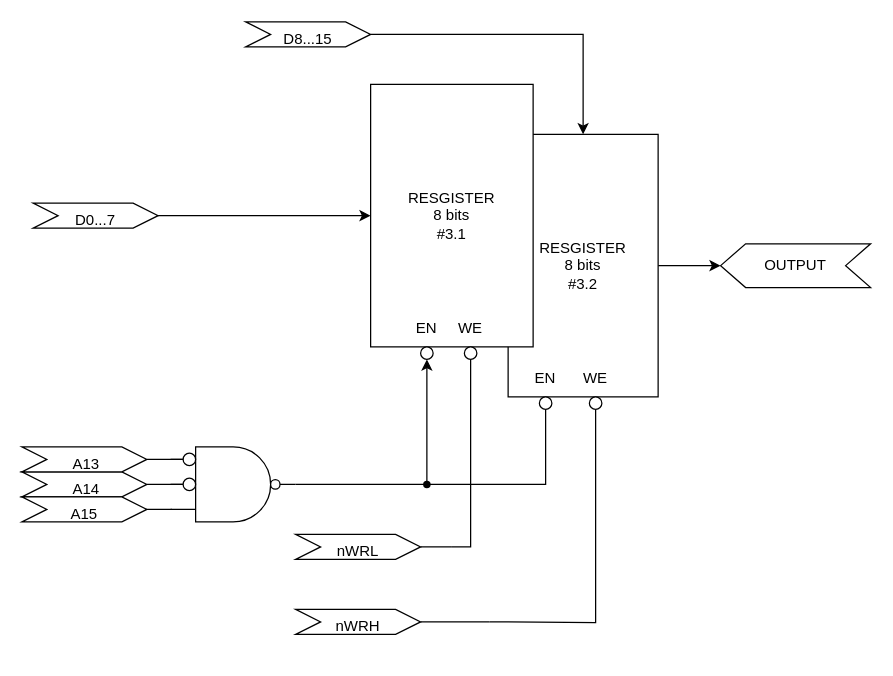
Earlier version of the draw.io diagram Trabalho3/RespostaQuestao4.drawio (pedroleirinha/H2P_AC). Source tidied: cells renumbered, new cells numbered last; positions are measured from the earlier drawing's top-left corner, leaving out a move shared by most shapes. Both pictures are drawn from the tidied source at 125%, with x=0, y=0 at pixel (21, 21).
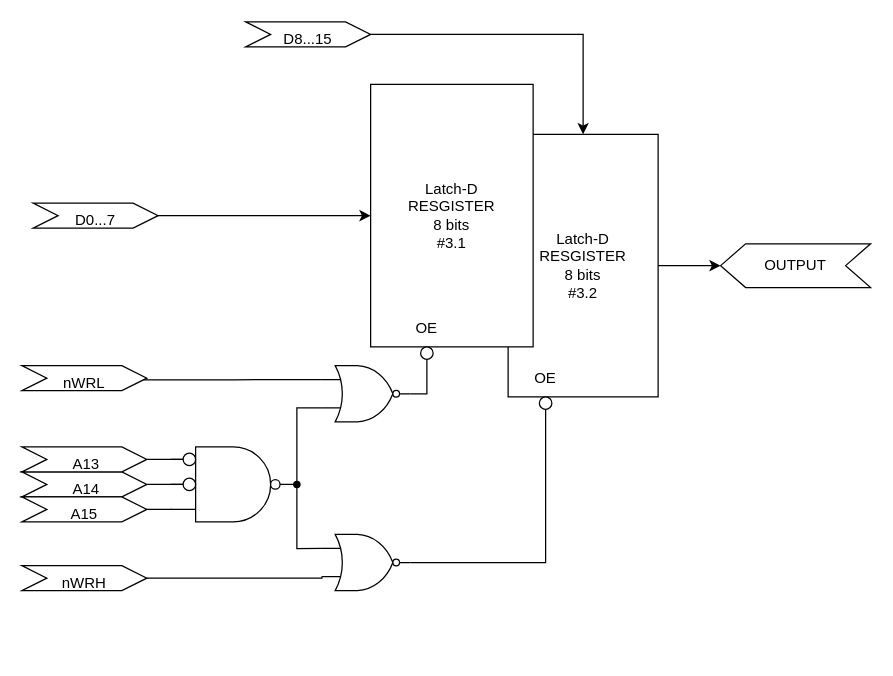
After the change.

Unchanged cells that the change refers to:
```xml
<mxCell id="10" style="ellipse;whiteSpace=wrap;html=1;shadow=0;dashed=0;strokeColor=default;align=center;verticalAlign=top;fontFamily=Helvetica;fontSize=12;fontColor=default;fillColor=default;" parent="1" vertex="1">
  <mxGeometry x="319" y="260" width="10" height="10" as="geometry" />
</mxCell>
<mxCell id="11" style="ellipse;whiteSpace=wrap;html=1;shadow=0;dashed=0;strokeColor=default;align=center;verticalAlign=top;fontFamily=Helvetica;fontSize=12;fontColor=default;fillColor=default;" parent="1" vertex="1">
  <mxGeometry x="414" y="300" width="10" height="10" as="geometry" />
</mxCell>
<mxCell id="20" style="verticalLabelPosition=bottom;shadow=0;dashed=0;align=center;html=1;verticalAlign=top;shape=mxgraph.electrical.logic_gates.logic_gate;operation=and;negating=1;negSize=0.15;numInputs=3;" parent="1" vertex="1">
  <mxGeometry x="119" y="340" width="100" height="60" as="geometry" />
</mxCell>
```

Diff of the diagram source:
```diff
@@
-    <mxCell id="4" value="RESGISTER&lt;br&gt;&lt;span style=&quot;background-color: transparent; color: light-dark(rgb(0, 0, 0), rgb(255, 255, 255));&quot;&gt;8 bits&lt;/span&gt;&lt;div&gt;#3.2&lt;/div&gt;" style="rounded=0;whiteSpace=wrap;html=1;" parent="1" vertex="1">
+    <mxCell id="4" value="Latch-D&lt;br&gt;RESGISTER&lt;br&gt;&lt;span style=&quot;background-color: transparent; color: light-dark(rgb(0, 0, 0), rgb(255, 255, 255));&quot;&gt;8 bits&lt;/span&gt;&lt;div&gt;#3.2&lt;/div&gt;" style="rounded=0;whiteSpace=wrap;html=1;" parent="1" vertex="1">
       <mxGeometry x="389" y="90" width="120" height="210" as="geometry" />
     </mxCell>
-    <mxCell id="5" value="RESGISTER&lt;br&gt;&lt;span style=&quot;color: light-dark(rgb(0, 0, 0), rgb(255, 255, 255)); background-color: transparent;&quot;&gt;8 bits&lt;/span&gt;&lt;div&gt;#3.1&lt;/div&gt;" style="rounded=0;whiteSpace=wrap;html=1;" parent="1" vertex="1">
+    <mxCell id="5" value="Latch-D&lt;br&gt;RESGISTER&lt;br&gt;&lt;span style=&quot;color: light-dark(rgb(0, 0, 0), rgb(255, 255, 255)); background-color: transparent;&quot;&gt;8 bits&lt;/span&gt;&lt;div&gt;#3.1&lt;/div&gt;" style="rounded=0;whiteSpace=wrap;html=1;" parent="1" vertex="1">
       <mxGeometry x="279" y="50" width="130" height="210" as="geometry" />
     </mxCell>
@@
-    <mxCell id="8" value="EN" style="text;html=1;whiteSpace=wrap;strokeColor=none;fillColor=none;align=center;verticalAlign=middle;rounded=0;fontFamily=Helvetica;fontSize=12;fontColor=default;" parent="1" vertex="1">
+    <mxCell id="8" value="OE" style="text;html=1;whiteSpace=wrap;strokeColor=none;fillColor=none;align=center;verticalAlign=middle;rounded=0;fontFamily=Helvetica;fontSize=12;fontColor=default;" parent="1" vertex="1">
       <mxGeometry x="304" y="230" width="40" height="30" as="geometry" />
     </mxCell>
-    <mxCell id="9" value="EN" style="text;html=1;whiteSpace=wrap;strokeColor=none;fillColor=none;align=center;verticalAlign=middle;rounded=0;fontFamily=Helvetica;fontSize=12;fontColor=default;" parent="1" vertex="1">
+    <mxCell id="9" value="OE" style="text;html=1;whiteSpace=wrap;strokeColor=none;fillColor=none;align=center;verticalAlign=middle;rounded=0;fontFamily=Helvetica;fontSize=12;fontColor=default;" parent="1" vertex="1">
       <mxGeometry x="399" y="270" width="40" height="30" as="geometry" />
     </mxCell>
@@
-    <mxCell id="12" style="ellipse;whiteSpace=wrap;html=1;shadow=0;dashed=0;strokeColor=default;align=center;verticalAlign=top;fontFamily=Helvetica;fontSize=12;fontColor=default;fillColor=default;" parent="1" vertex="1">
-      <mxGeometry x="354" y="260" width="10" height="10" as="geometry" />
-    </mxCell>
@@
     <mxCell id="18" value="nWRH&lt;div&gt;&lt;br&gt;&lt;/div&gt;" style="shape=step;perimeter=stepPerimeter;whiteSpace=wrap;html=1;fixedSize=1;shadow=0;dashed=0;strokeColor=default;align=center;verticalAlign=top;fontFamily=Helvetica;fontSize=12;fontColor=default;fillColor=default;" parent="1" vertex="1">
-      <mxGeometry x="219" y="470" width="100" height="20" as="geometry" />
+      <mxGeometry y="435" width="100" height="20" as="geometry" />
     </mxCell>
-    <mxCell id="19" style="edgeStyle=orthogonalEdgeStyle;rounded=0;jettySize=auto;html=1;entryX=0.5;entryY=1;entryDx=0;entryDy=0;fontFamily=Helvetica;fontSize=12;fontColor=default;" parent="1" edge="1" source="26" target="10">
-      <mxGeometry relative="1" as="geometry" />
-    </mxCell>
@@
     <mxCell id="21" value="nWRL&lt;div&gt;&lt;br&gt;&lt;/div&gt;" style="shape=step;perimeter=stepPerimeter;whiteSpace=wrap;html=1;fixedSize=1;shadow=0;dashed=0;strokeColor=default;align=center;verticalAlign=top;fontFamily=Helvetica;fontSize=12;fontColor=default;fillColor=default;" parent="1" vertex="1">
-      <mxGeometry x="219" y="410" width="100" height="20" as="geometry" />
+      <mxGeometry y="275" width="100" height="20" as="geometry" />
     </mxCell>
-    <mxCell id="22" style="edgeStyle=orthogonalEdgeStyle;rounded=0;jettySize=auto;html=1;entryDx=0;entryDy=0;fontFamily=Helvetica;fontSize=12;fontColor=default;endArrow=none;endFill=0;" parent="1" edge="1" source="21">
-      <mxGeometry relative="1" as="geometry">
-        <mxPoint x="344" y="420" as="targetPoint" />
-      </mxGeometry>
-    </mxCell>
-    <mxCell id="23" style="edgeStyle=orthogonalEdgeStyle;rounded=0;jettySize=auto;html=1;entryX=0.5;entryY=1;entryDx=0;entryDy=0;fontFamily=Helvetica;fontSize=12;fontColor=default;endArrow=none;endFill=0;" parent="1" edge="1" target="12">
-      <mxGeometry relative="1" as="geometry">
-        <mxPoint x="344" y="420" as="sourcePoint" />
-        <Array as="points">
-          <mxPoint x="359" y="420" />
-          <mxPoint x="359" y="270" />
-        </Array>
-      </mxGeometry>
-    </mxCell>
-    <mxCell id="24" style="edgeStyle=orthogonalEdgeStyle;rounded=0;jettySize=auto;html=1;entryDx=0;entryDy=0;fontFamily=Helvetica;fontSize=12;fontColor=default;endArrow=none;endFill=0;" parent="1" edge="1" source="20" target="26">
-      <mxGeometry relative="1" as="geometry" />
-    </mxCell>
-    <mxCell id="25" style="edgeStyle=orthogonalEdgeStyle;rounded=0;jettySize=auto;html=1;entryX=0.5;entryY=1;entryDx=0;entryDy=0;fontFamily=Helvetica;fontSize=12;fontColor=default;endArrow=none;endFill=0;" parent="1" edge="1" source="26" target="11">
-      <mxGeometry relative="1" as="geometry" />
-    </mxCell>
-    <mxCell id="26" style="shape=waypoint;sketch=0;fillStyle=solid;size=6;points=[];fillColor=none;perimeter=centerPerimeter;snapToPoint=1;shadow=0;dashed=0;strokeColor=default;align=center;verticalAlign=top;fontFamily=Helvetica;fontSize=12;fontColor=default;" parent="1" vertex="1">
-      <mxGeometry x="314" y="360" width="20" height="20" as="geometry" />
-    </mxCell>
-    <mxCell id="27" value="WE" style="text;html=1;whiteSpace=wrap;strokeColor=none;fillColor=none;align=center;verticalAlign=middle;rounded=0;fontFamily=Helvetica;fontSize=12;fontColor=default;" parent="1" vertex="1">
-      <mxGeometry x="339" y="230" width="40" height="30" as="geometry" />
-    </mxCell>
-    <mxCell id="28" style="edgeStyle=orthogonalEdgeStyle;rounded=0;jettySize=auto;html=1;entryDx=0;entryDy=0;fontFamily=Helvetica;fontSize=12;fontColor=default;endArrow=none;endFill=0;" parent="1" edge="1" source="18">
-      <mxGeometry relative="1" as="geometry">
-        <mxPoint x="374" y="480" as="targetPoint" />
-      </mxGeometry>
-    </mxCell>
-    <mxCell id="29" style="edgeStyle=orthogonalEdgeStyle;rounded=0;jettySize=auto;html=1;fontFamily=Helvetica;fontSize=12;fontColor=default;endArrow=none;endFill=0;" parent="1" edge="1" target="30">
-      <mxGeometry relative="1" as="geometry">
-        <mxPoint x="374" y="480" as="sourcePoint" />
-      </mxGeometry>
-    </mxCell>
-    <mxCell id="30" style="ellipse;whiteSpace=wrap;html=1;shadow=0;dashed=0;strokeColor=default;align=center;verticalAlign=top;fontFamily=Helvetica;fontSize=12;fontColor=default;fillColor=default;" parent="1" vertex="1">
-      <mxGeometry x="454" y="300" width="10" height="10" as="geometry" />
-    </mxCell>
-    <mxCell id="31" value="WE" style="text;html=1;whiteSpace=wrap;strokeColor=none;fillColor=none;align=center;verticalAlign=middle;rounded=0;fontFamily=Helvetica;fontSize=12;fontColor=default;" parent="1" vertex="1">
-      <mxGeometry x="439" y="270" width="40" height="30" as="geometry" />
-    </mxCell>
@@
+    <mxCell id="38" style="edgeStyle=orthogonalEdgeStyle;rounded=0;jettySize=auto;html=1;entryX=0.5;entryY=1;entryDx=0;entryDy=0;endArrow=none;endFill=0;" parent="1" edge="1" source="39" target="10">
+      <mxGeometry relative="1" as="geometry">
+        <Array as="points">
+          <mxPoint x="324" y="298" />
+        </Array>
+      </mxGeometry>
+    </mxCell>
+    <mxCell id="39" style="verticalLabelPosition=bottom;shadow=0;dashed=0;align=center;html=1;verticalAlign=top;shape=mxgraph.electrical.logic_gates.logic_gate;operation=or;negating=1;negSize=0.15;" parent="1" vertex="1">
+      <mxGeometry x="240" y="275" width="71" height="45" as="geometry" />
+    </mxCell>
+    <mxCell id="40" style="edgeStyle=orthogonalEdgeStyle;rounded=0;jettySize=auto;html=1;exitX=1;exitY=0.5;exitDx=0;exitDy=0;exitPerimeter=0;entryX=0;entryY=0.75;entryDx=0;entryDy=0;entryPerimeter=0;endArrow=none;endFill=0;" parent="1" edge="1" source="20" target="39">
+      <mxGeometry relative="1" as="geometry">
+        <Array as="points">
+          <mxPoint x="220" y="370" />
+          <mxPoint x="220" y="309" />
+        </Array>
+      </mxGeometry>
+    </mxCell>
+    <mxCell id="41" style="edgeStyle=orthogonalEdgeStyle;rounded=0;jettySize=auto;html=1;entryX=0;entryY=0.25;entryDx=0;entryDy=0;entryPerimeter=0;endArrow=none;endFill=0;" parent="1" edge="1" source="21" target="39">
+      <mxGeometry relative="1" as="geometry">
+        <Array as="points">
+          <mxPoint x="170" y="286" />
+        </Array>
+      </mxGeometry>
+    </mxCell>
+    <mxCell id="42" style="edgeStyle=orthogonalEdgeStyle;rounded=0;jettySize=auto;html=1;entryX=0.5;entryY=1;entryDx=0;entryDy=0;endArrow=none;endFill=0;" parent="1" edge="1" source="43" target="11">
+      <mxGeometry relative="1" as="geometry" />
+    </mxCell>
+    <mxCell id="43" style="verticalLabelPosition=bottom;shadow=0;dashed=0;align=center;html=1;verticalAlign=top;shape=mxgraph.electrical.logic_gates.logic_gate;operation=or;negating=1;negSize=0.15;" parent="1" vertex="1">
+      <mxGeometry x="240" y="410" width="71" height="45" as="geometry" />
+    </mxCell>
+    <mxCell id="44" style="shape=waypoint;sketch=0;fillStyle=solid;size=6;points=[];fillColor=none;perimeter=centerPerimeter;snapToPoint=1;" parent="1" vertex="1">
+      <mxGeometry x="210" y="360" width="20" height="20" as="geometry" />
+    </mxCell>
+    <mxCell id="45" style="edgeStyle=orthogonalEdgeStyle;rounded=0;jettySize=auto;html=1;entryX=0;entryY=0.25;entryDx=0;entryDy=0;entryPerimeter=0;endArrow=none;endFill=0;" parent="1" edge="1" source="44" target="43">
+      <mxGeometry relative="1" as="geometry">
+        <Array as="points">
+          <mxPoint x="220" y="421" />
+        </Array>
+      </mxGeometry>
+    </mxCell>
+    <mxCell id="46" style="edgeStyle=orthogonalEdgeStyle;rounded=0;jettySize=auto;html=1;entryX=0;entryY=0.75;entryDx=0;entryDy=0;entryPerimeter=0;endArrow=none;endFill=0;" parent="1" edge="1" source="18" target="43">
+      <mxGeometry relative="1" as="geometry">
+        <Array as="points">
+          <mxPoint x="240" y="445" />
+        </Array>
+      </mxGeometry>
+    </mxCell>
```
